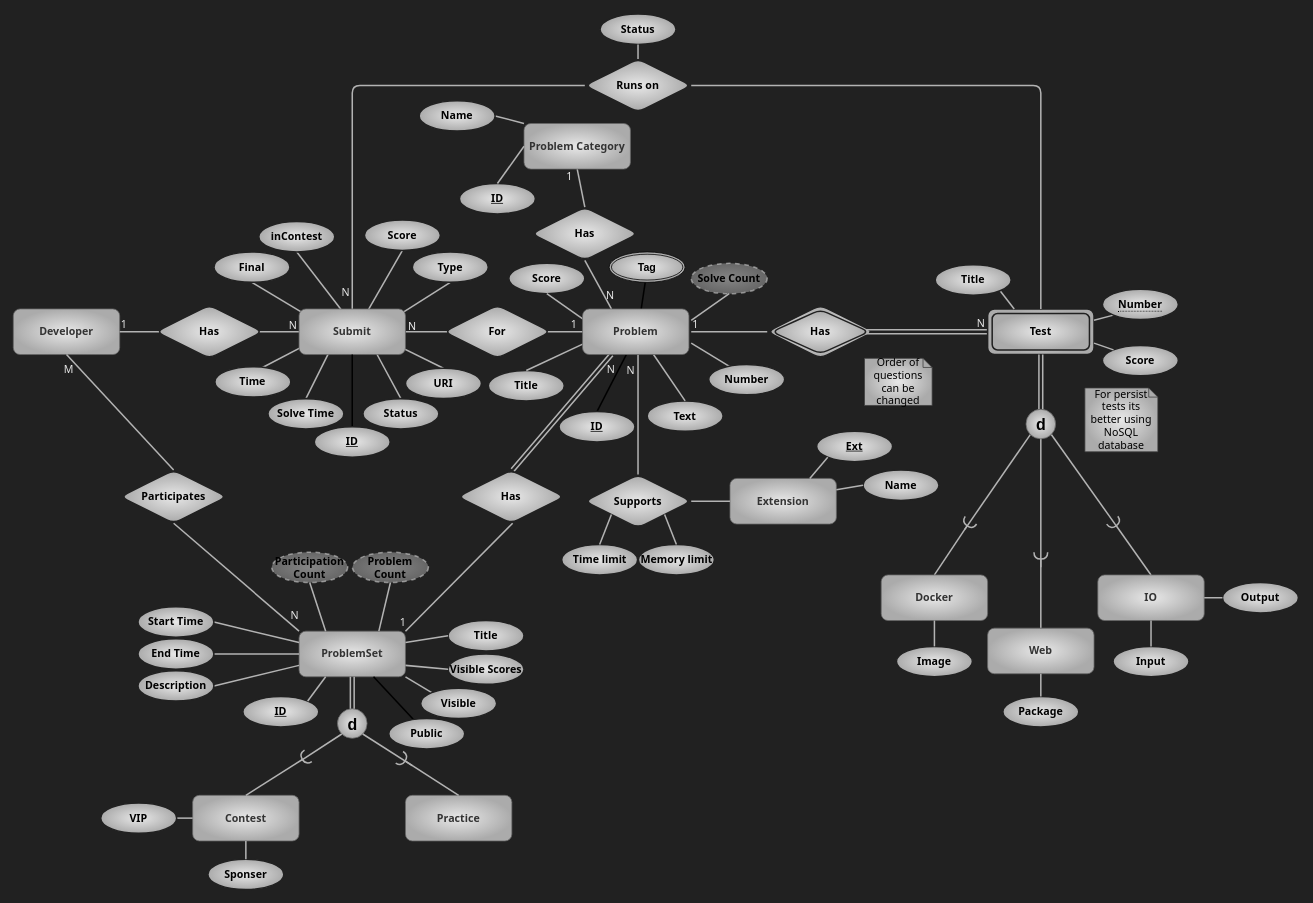
The draw.io diagram page "problemset" (4 of 5) of assets/er.drawio in kntu-db/quera-norm, before the edit. Source tidied: cells renumbered, new cells numbered last; positions are measured from the earlier drawing's top-left corner, leaving out a move shared by most shapes. Both pictures are drawn from the tidied source at 76%, with x=0, y=0 at pixel (13, 14).
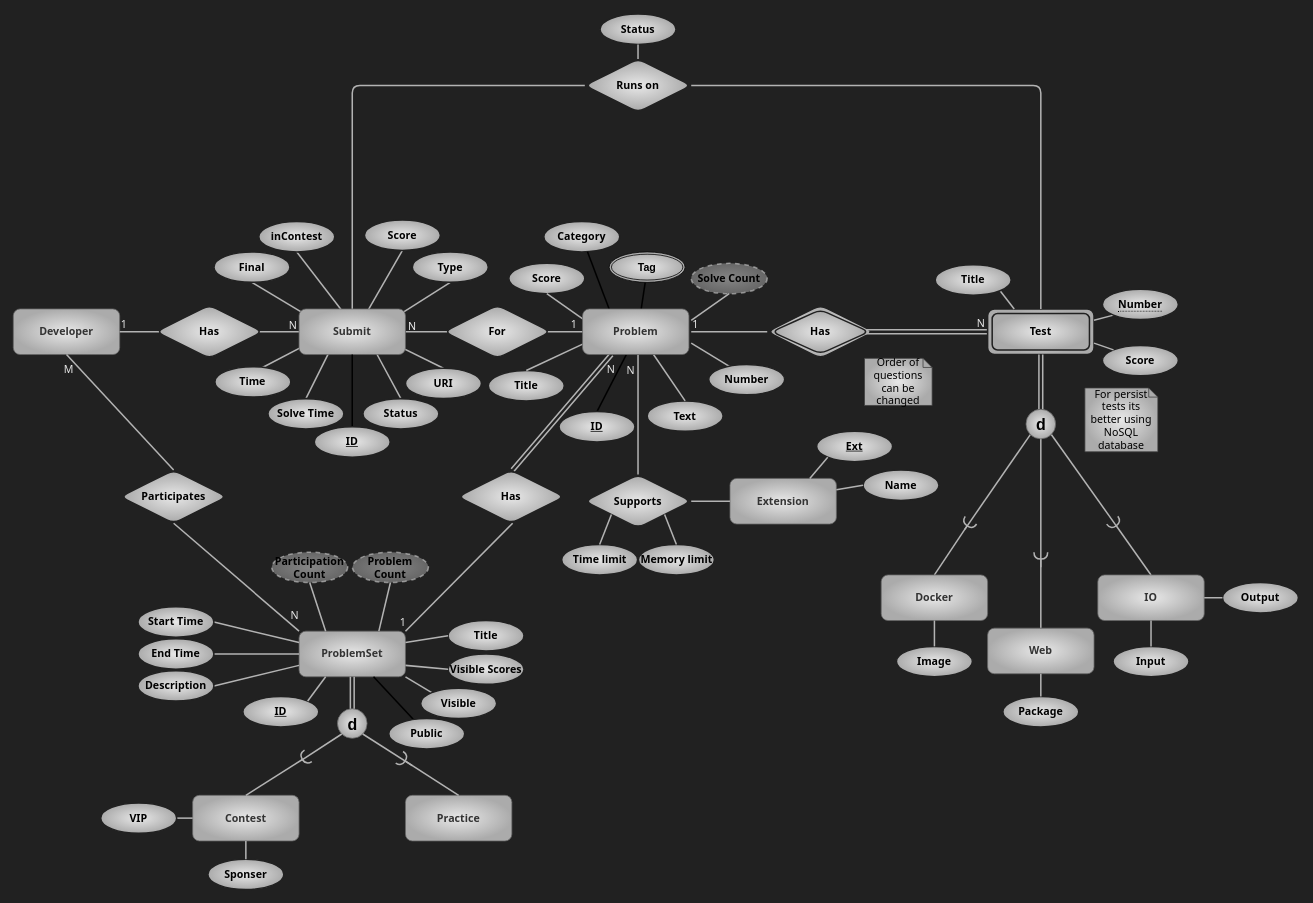
Above is the later version.

The change refers to these unchanged cells:
```xml
<mxCell id="154" value="Problem" style="whiteSpace=wrap;html=1;align=center;fontFamily=Tahoma;rounded=1;fillColor=#E8E8E8;strokeColor=#666666;fontColor=#333333;gradientColor=#ABABAB;gradientDirection=radial;fontSize=14;labelBackgroundColor=none;fontStyle=1;" parent="1" vertex="1">
  <mxGeometry x="749" y="388" width="140" height="60" as="geometry" />
</mxCell>
```

Diff of the diagram source:
```diff
@@
-    <mxCell id="26" style="endArrow=none;html=1;rounded=0;shadow=0;sketch=0;fontFamily=Tahoma;fontSize=14;fontColor=#E8E8E8;strokeWidth=2;fillColor=none;strokeColor=#B3B3B3;startArrow=none;entryX=0.25;entryY=0;entryDx=0;entryDy=0;exitX=0.5;exitY=1;exitDx=0;exitDy=0;" parent="1" edge="1" source="29">
-      <mxGeometry relative="1" as="geometry">
-        <mxPoint x="787" y="388" as="targetPoint" />
-      </mxGeometry>
-    </mxCell>
-    <mxCell id="27" value="N" style="html=1;align=right;verticalAlign=bottom;rounded=1;shadow=0;glass=0;labelBackgroundColor=none;labelBorderColor=none;fontFamily=Tahoma;fontSize=14;fontColor=#E8E8E8;strokeColor=#3D3D3D;strokeWidth=1;fillColor=#E8E8E8;gradientColor=#ABABAB;gradientDirection=radial;" parent="26" vertex="1">
-      <mxGeometry x="1" relative="1" as="geometry">
-        <mxPoint x="4" y="-8" as="offset" />
-      </mxGeometry>
-    </mxCell>
-    <mxCell id="28" value="N" style="html=1;align=right;verticalAlign=bottom;rounded=1;shadow=0;glass=0;labelBackgroundColor=none;labelBorderColor=none;fontFamily=Tahoma;fontSize=14;fontColor=#E8E8E8;strokeColor=#3D3D3D;strokeWidth=1;fillColor=#E8E8E8;gradientColor=#ABABAB;gradientDirection=radial;" parent="26" vertex="1">
-      <mxGeometry x="1" relative="1" as="geometry">
-        <mxPoint x="-344" y="-11" as="offset" />
-      </mxGeometry>
-    </mxCell>
-    <mxCell id="29" value="Has" style="shape=rhombus;perimeter=rhombusPerimeter;whiteSpace=wrap;html=1;align=center;rounded=1;labelBackgroundColor=none;fontFamily=Tahoma;fontSize=14;fontColor=#000000;strokeColor=#212121;strokeWidth=2;fillColor=#E8E8E8;gradientColor=#ABABAB;gradientDirection=radial;fontStyle=1;" parent="1" vertex="1">
-      <mxGeometry x="682" y="254" width="140" height="70" as="geometry" />
-    </mxCell>
-    <mxCell id="30" style="endArrow=none;html=1;rounded=0;shadow=0;sketch=0;fontFamily=Tahoma;fontSize=14;fontColor=#E8E8E8;strokeWidth=2;fillColor=none;strokeColor=#B3B3B3;entryX=0.5;entryY=0;entryDx=0;entryDy=0;exitX=0.5;exitY=1;exitDx=0;exitDy=0;" parent="1" edge="1" source="32" target="29">
-      <mxGeometry relative="1" as="geometry" />
-    </mxCell>
-    <mxCell id="31" value="1" style="html=1;align=left;verticalAlign=bottom;rounded=1;shadow=0;glass=0;labelBackgroundColor=none;labelBorderColor=none;fontFamily=Tahoma;fontSize=14;fontColor=#E8E8E8;strokeColor=#3D3D3D;strokeWidth=1;fillColor=#E8E8E8;gradientColor=#ABABAB;gradientDirection=radial;" parent="30" vertex="1">
-      <mxGeometry x="-1" relative="1" as="geometry">
-        <mxPoint x="-16" y="20" as="offset" />
-      </mxGeometry>
-    </mxCell>
-    <mxCell id="32" value="Problem Category" style="whiteSpace=wrap;html=1;align=center;fontFamily=Tahoma;rounded=1;fillColor=#E8E8E8;strokeColor=#666666;fontColor=#333333;gradientColor=#ABABAB;gradientDirection=radial;fontSize=14;labelBackgroundColor=none;fontStyle=1;" parent="1" vertex="1">
-      <mxGeometry x="672" y="144" width="140" height="60" as="geometry" />
-    </mxCell>
@@
-    <mxCell id="102" value="ID" style="ellipse;whiteSpace=wrap;html=1;align=center;rounded=1;labelBackgroundColor=none;fontFamily=Tahoma;fontSize=14;fontColor=#000000;strokeColor=#212121;strokeWidth=2;fillColor=#E8E8E8;gradientColor=#ABABAB;gradientDirection=radial;fontStyle=5;" parent="1" vertex="1">
-      <mxGeometry x="587" y="223" width="100" height="40" as="geometry" />
-    </mxCell>
-    <mxCell id="103" style="endArrow=none;html=1;rounded=1;fontFamily=Tahoma;fontSize=14;fontColor=#000000;strokeWidth=2;sketch=0;shadow=0;fillColor=none;strokeColor=#B3B3B3;exitX=0.5;exitY=0;exitDx=0;exitDy=0;entryX=0;entryY=0.5;entryDx=0;entryDy=0;" parent="1" edge="1" source="102" target="32">
-      <mxGeometry relative="1" as="geometry" />
-    </mxCell>
@@
-    <mxCell id="135" style="edgeStyle=none;html=1;exitX=1;exitY=0.5;exitDx=0;exitDy=0;entryX=0;entryY=0;entryDx=0;entryDy=0;endArrow=none;endFill=0;strokeColor=#B3B3B3;strokeWidth=2;" parent="1" edge="1" source="136" target="32">
-      <mxGeometry relative="1" as="geometry" />
-    </mxCell>
-    <mxCell id="136" value="Name" style="ellipse;whiteSpace=wrap;html=1;align=center;rounded=1;labelBackgroundColor=none;fontFamily=Tahoma;fontSize=14;fontColor=#000000;strokeColor=#212121;strokeWidth=2;fillColor=#E8E8E8;gradientColor=#ABABAB;gradientDirection=radial;fontStyle=1;" parent="1" vertex="1">
-      <mxGeometry x="534" y="114" width="100" height="40" as="geometry" />
+    <mxCell id="136" value="Category" style="ellipse;whiteSpace=wrap;html=1;align=center;rounded=1;labelBackgroundColor=none;fontFamily=Tahoma;fontSize=14;fontColor=#000000;strokeColor=#212121;strokeWidth=2;fillColor=#E8E8E8;gradientColor=#ABABAB;gradientDirection=radial;fontStyle=1;" parent="1" vertex="1">
+      <mxGeometry x="698" y="273" width="100" height="40" as="geometry" />
     </mxCell>
@@
+    <mxCell id="155" style="edgeStyle=none;html=1;exitX=0.25;exitY=0;exitDx=0;exitDy=0;endArrow=none;endFill=0;strokeWidth=2;" parent="1" edge="1" source="154" target="136">
+      <mxGeometry relative="1" as="geometry" />
+    </mxCell>
```
